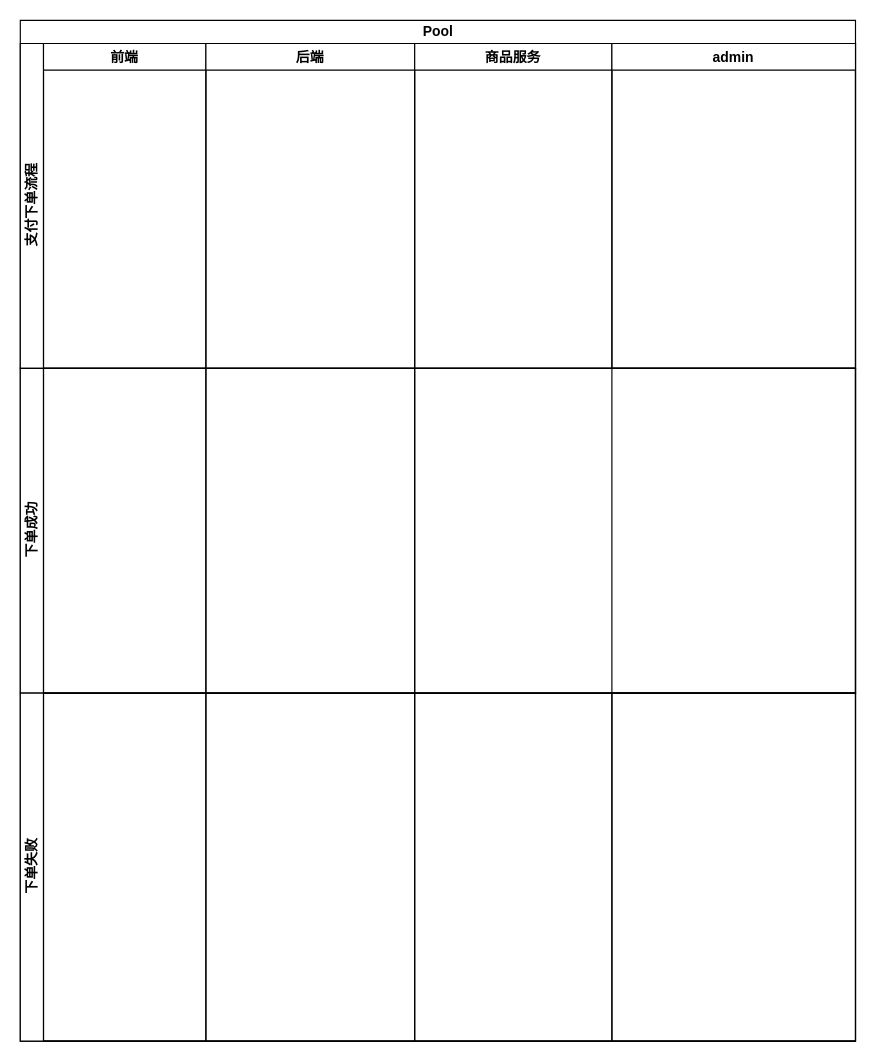
messi122/picture keeps this draw.io diagram as 未命名绘图.drawio. Above is the earlier version. Source tidied: cells renumbered, new cells numbered last; positions are measured from the earlier drawing's top-left corner, leaving out a move shared by most shapes. Both pictures are drawn from the tidied source at 116%, with x=0, y=0 at pixel (20, 20).
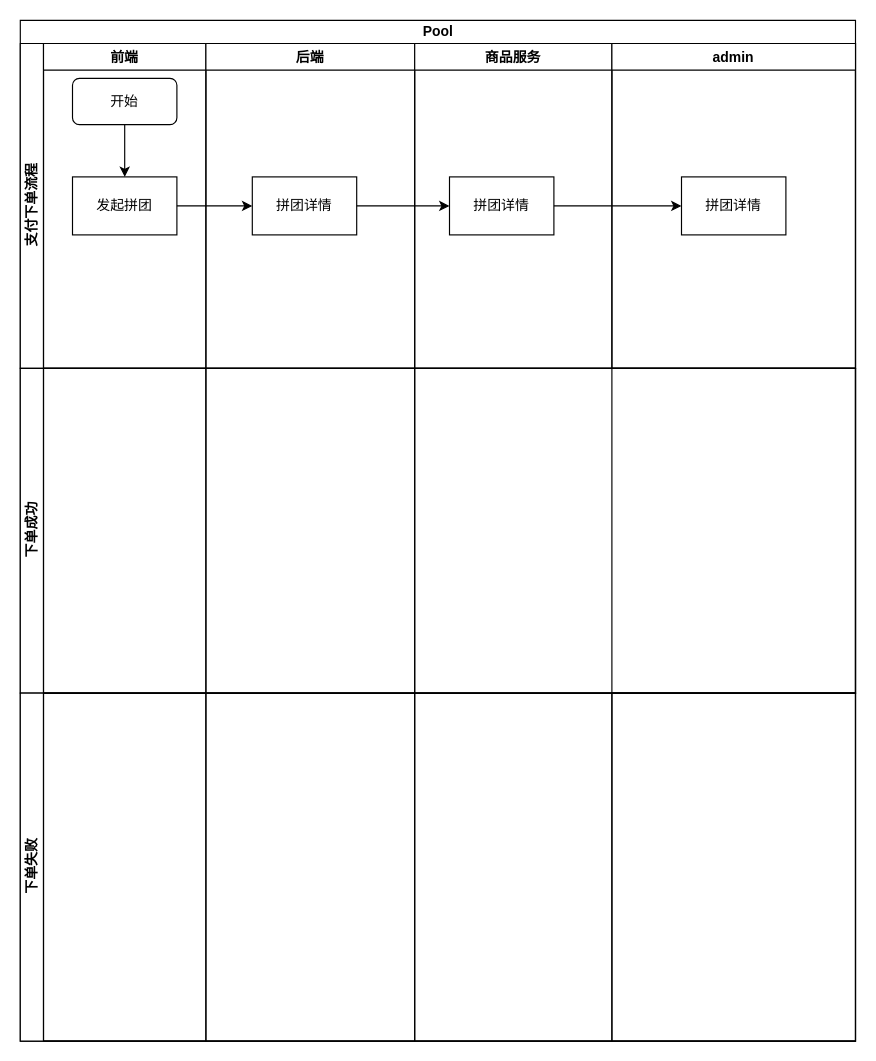
The same page after the edit.

Commit message (it also covers changes not shown here):
更新未命名绘图.drawio

Unchanged cells that the change refers to:
```xml
<mxCell id="3" value="支付下单流程" style="swimlane;startSize=20;horizontal=0;html=1;" parent="2" vertex="1">
  <mxGeometry y="20" width="720" height="280" as="geometry" />
</mxCell>
<mxCell id="4" value="前端" style="swimlane;" parent="3" vertex="1">
  <mxGeometry x="20" width="140" height="280" as="geometry" />
</mxCell>
<mxCell id="5" value="后端" style="swimlane;" parent="3" vertex="1">
  <mxGeometry x="160" width="180" height="280" as="geometry" />
</mxCell>
<mxCell id="6" value="商品服务" style="swimlane;" parent="3" vertex="1">
  <mxGeometry x="340" width="170" height="280" as="geometry" />
</mxCell>
<mxCell id="7" value="admin" style="swimlane;" parent="3" vertex="1">
  <mxGeometry x="510" width="210" height="280" as="geometry" />
</mxCell>
```

Diff of the diagram source:
```diff
@@
+    <mxCell id="18" style="edgeStyle=orthogonalEdgeStyle;rounded=0;jettySize=auto;html=1;" parent="4" edge="1" source="19" target="20">
+      <mxGeometry relative="1" as="geometry" />
+    </mxCell>
+    <mxCell id="19" value="开始" style="rounded=1;whiteSpace=wrap;html=1;" parent="4" vertex="1">
+      <mxGeometry x="25" y="30" width="90" height="40" as="geometry" />
+    </mxCell>
+    <mxCell id="20" value="发起拼团" style="rounded=0;whiteSpace=wrap;html=1;" parent="4" vertex="1">
+      <mxGeometry x="25" y="115" width="90" height="50" as="geometry" />
+    </mxCell>
@@
+    <mxCell id="21" value="拼团详情" style="rounded=0;whiteSpace=wrap;html=1;" parent="5" vertex="1">
+      <mxGeometry x="40" y="115" width="90" height="50" as="geometry" />
+    </mxCell>
@@
+    <mxCell id="22" value="拼团详情" style="rounded=0;whiteSpace=wrap;html=1;" parent="6" vertex="1">
+      <mxGeometry x="30" y="115" width="90" height="50" as="geometry" />
+    </mxCell>
@@
+    <mxCell id="23" value="拼团详情" style="rounded=0;whiteSpace=wrap;html=1;" parent="7" vertex="1">
+      <mxGeometry x="60" y="115" width="90" height="50" as="geometry" />
+    </mxCell>
+    <mxCell id="24" style="edgeStyle=orthogonalEdgeStyle;rounded=0;jettySize=auto;html=1;" parent="3" edge="1" source="20" target="21">
+      <mxGeometry relative="1" as="geometry" />
+    </mxCell>
+    <mxCell id="25" style="edgeStyle=orthogonalEdgeStyle;rounded=0;jettySize=auto;html=1;" parent="3" edge="1" source="21" target="22">
+      <mxGeometry relative="1" as="geometry" />
+    </mxCell>
+    <mxCell id="26" style="edgeStyle=orthogonalEdgeStyle;rounded=0;jettySize=auto;html=1;" parent="3" edge="1" source="22" target="23">
+      <mxGeometry relative="1" as="geometry" />
+    </mxCell>
```
